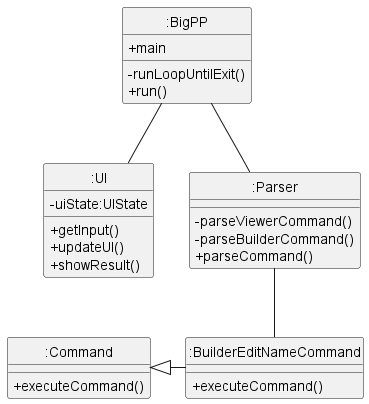
typingpanda/tp keeps this PlantUML diagram as docs/uml-pictures/BuilderObjectDiagram.png. Above is the earlier version.
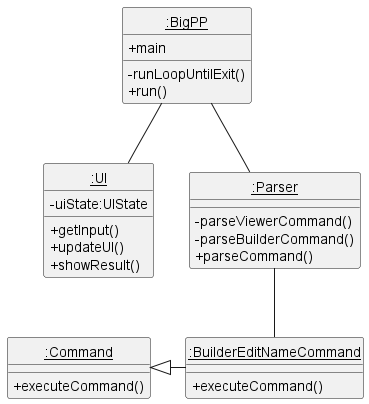
The same file after the commit.

Change to the diagram source:
```diff
@@ -1,12 +1,11 @@
 @startuml
 skinparam classAttributeIconSize 0
 
-class ":BigPP" as BigPP
-class ":UI" as UI
-class ":Parser" as Parser
-class ":Command" as Command
-class ":BuilderEditNameCommand" as BuilderEditNameCommand
-
+class "<u>:BigPP</u>" as BigPP
+class "<u>:UI</u>" as UI
+class "<u>:Parser</u>" as Parser
+class "<u>:Command</u>" as Command
+class "<u>:BuilderEditNameCommand</u>" as BuilderEditNameCommand
 
 class BigPP {
     +main
```
